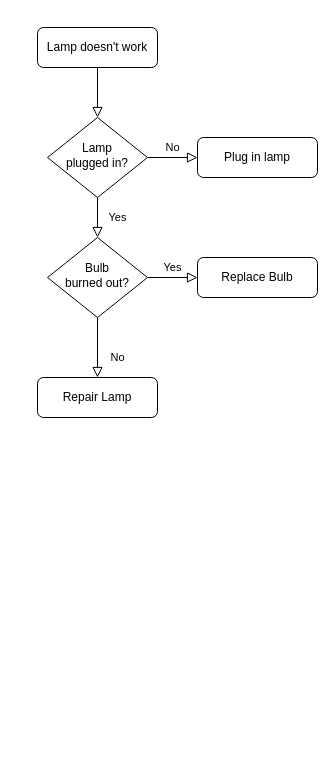
sangbumlikeagod/SWEA_B keeps this draw.io diagram as 제목 없는 다이어그램.drawio. Above is the earlier version. Source tidied: cells renumbered, new cells numbered last; positions are measured from the earlier drawing's top-left corner, leaving out a move shared by most shapes. Both pictures are drawn from the tidied source at 100%, with x=0, y=0 at pixel (37, 27).
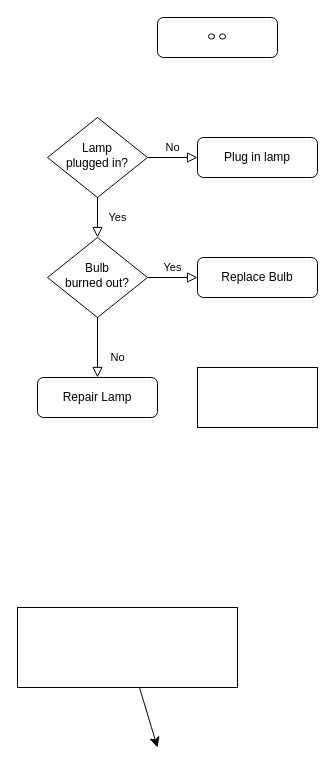
After the change.

Commit message:
제목 없는 다이어그램.drawio 업데이트

The edit, as a diff of the source:
```diff
@@
 <mxGraphModel>
   <root>
     <mxCell id="0" />
     <mxCell id="1" parent="0" />
-    <mxCell id="2" style="rounded=0;html=1;jettySize=auto;fontSize=11;endArrow=block;endFill=0;endSize=8;strokeWidth=1;shadow=0;labelBackgroundColor=none;edgeStyle=orthogonalEdgeStyle;" parent="1" edge="1" source="3" target="6">
-      <mxGeometry relative="1" as="geometry" />
-    </mxCell>
+    <mxCell id="13" style="rounded=0;whiteSpace=wrap;html=1;fontSize=16;direction=west;" parent="1" vertex="1">
+      <mxGeometry x="-20" y="580" width="220" height="80" as="geometry" />
+    </mxCell>
-    <mxCell id="3" value="Lamp doesn't work" style="rounded=1;whiteSpace=wrap;html=1;fontSize=12;glass=0;strokeWidth=1;shadow=0;" parent="1" vertex="1">
-      <mxGeometry width="120" height="40" as="geometry" />
+    <mxCell id="3" value="ㅇㅇ" style="rounded=1;whiteSpace=wrap;html=1;fontSize=12;glass=0;strokeWidth=1;shadow=0;" parent="1" vertex="1">
+      <mxGeometry x="120" y="-10" width="120" height="40" as="geometry" />
     </mxCell>
     <mxCell id="4" value="Yes" style="rounded=0;html=1;jettySize=auto;fontSize=11;endArrow=block;endFill=0;endSize=8;strokeWidth=1;shadow=0;labelBackgroundColor=none;edgeStyle=orthogonalEdgeStyle;" parent="1" edge="1" source="6" target="10">
       <mxGeometry y="20" relative="1" as="geometry" />
     </mxCell>
     <mxCell id="5" value="No" style="edgeStyle=orthogonalEdgeStyle;rounded=0;html=1;jettySize=auto;fontSize=11;endArrow=block;endFill=0;endSize=8;strokeWidth=1;shadow=0;labelBackgroundColor=none;" parent="1" edge="1" source="6" target="7">
       <mxGeometry y="10" relative="1" as="geometry" />
     </mxCell>
     <mxCell id="6" value="Lamp&lt;br&gt;plugged in?" style="rhombus;whiteSpace=wrap;html=1;shadow=0;fontFamily=Helvetica;fontSize=12;align=center;strokeWidth=1;spacing=6;spacingTop=-4;" parent="1" vertex="1">
       <mxGeometry x="10" y="90" width="100" height="80" as="geometry" />
     </mxCell>
     <mxCell id="7" value="Plug in lamp" style="rounded=1;whiteSpace=wrap;html=1;fontSize=12;glass=0;strokeWidth=1;shadow=0;" parent="1" vertex="1">
       <mxGeometry x="160" y="110" width="120" height="40" as="geometry" />
     </mxCell>
     <mxCell id="8" value="No" style="rounded=0;html=1;jettySize=auto;fontSize=11;endArrow=block;endFill=0;endSize=8;strokeWidth=1;shadow=0;labelBackgroundColor=none;edgeStyle=orthogonalEdgeStyle;" parent="1" edge="1" source="10" target="11">
       <mxGeometry x="0.33" y="20" relative="1" as="geometry" />
     </mxCell>
     <mxCell id="9" value="Yes" style="edgeStyle=orthogonalEdgeStyle;rounded=0;html=1;jettySize=auto;fontSize=11;endArrow=block;endFill=0;endSize=8;strokeWidth=1;shadow=0;labelBackgroundColor=none;" parent="1" edge="1" source="10" target="12">
       <mxGeometry y="10" relative="1" as="geometry" />
     </mxCell>
     <mxCell id="10" value="Bulb&lt;br&gt;burned out?" style="rhombus;whiteSpace=wrap;html=1;shadow=0;fontFamily=Helvetica;fontSize=12;align=center;strokeWidth=1;spacing=6;spacingTop=-4;" parent="1" vertex="1">
       <mxGeometry x="10" y="210" width="100" height="80" as="geometry" />
     </mxCell>
     <mxCell id="11" value="Repair Lamp" style="rounded=1;whiteSpace=wrap;html=1;fontSize=12;glass=0;strokeWidth=1;shadow=0;" parent="1" vertex="1">
       <mxGeometry y="350" width="120" height="40" as="geometry" />
     </mxCell>
     <mxCell id="12" value="Replace Bulb" style="rounded=1;whiteSpace=wrap;html=1;fontSize=12;glass=0;strokeWidth=1;shadow=0;" parent="1" vertex="1">
       <mxGeometry x="160" y="230" width="120" height="40" as="geometry" />
     </mxCell>
+    <mxCell id="14" style="edgeStyle=none;curved=1;rounded=0;jettySize=auto;html=1;fontSize=12;startSize=8;endSize=8;" parent="1" edge="1" source="13">
+      <mxGeometry relative="1" as="geometry">
+        <mxPoint x="120" y="720" as="targetPoint" />
+      </mxGeometry>
+    </mxCell>
+    <mxCell id="15" style="rounded=0;whiteSpace=wrap;html=1;fontSize=16;" parent="1" vertex="1">
+      <mxGeometry x="160" y="340" width="120" height="60" as="geometry" />
+    </mxCell>
   </root>
 </mxGraphModel>
```
